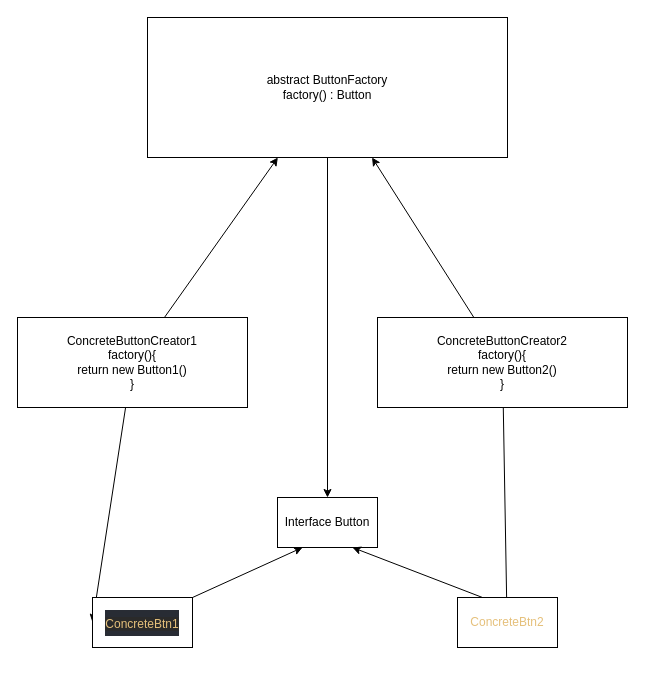
danil-jpg/MyPatterns keeps this draw.io diagram as factoryMethod/FactoryMethod.drawio. Above is the earlier version. Source tidied: cells renumbered, new cells numbered last; positions are measured from the earlier drawing's top-left corner, leaving out a move shared by most shapes. Both pictures are drawn from the tidied source at 100%, with x=0, y=0 at pixel (17, 17).
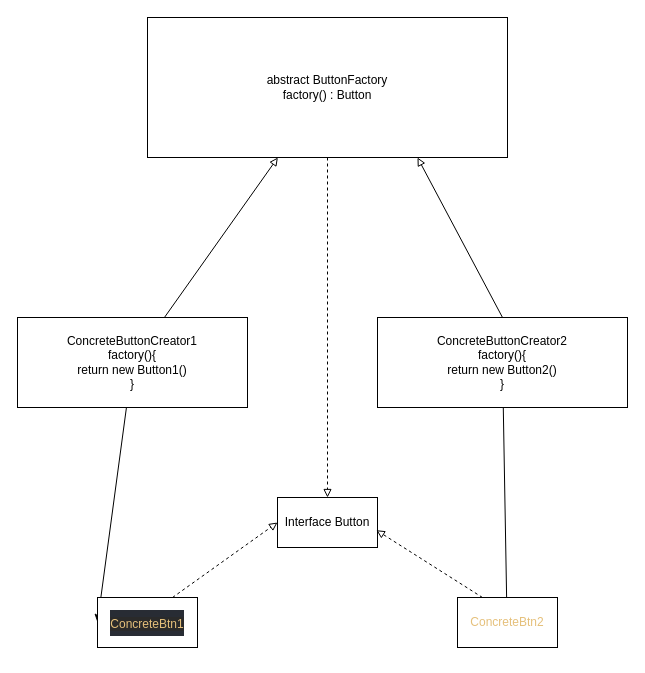
The same page after the edit.

Diff of the diagram source:
```diff
@@
 <mxGraphModel>
   <root>
     <mxCell id="0" />
     <mxCell id="1" parent="0" />
-    <mxCell id="2" style="edgeStyle=none;html=1;" parent="1" edge="1" source="3" target="10">
-      <mxGeometry relative="1" as="geometry" />
-    </mxCell>
     <mxCell id="3" value="abstract ButtonFactory&lt;br&gt;factory() : Button&lt;br&gt;" style="rounded=0;whiteSpace=wrap;html=1;" parent="1" vertex="1">
       <mxGeometry x="130" width="360" height="140" as="geometry" />
     </mxCell>
-    <mxCell id="4" style="edgeStyle=none;html=1;" parent="1" edge="1" source="6" target="3">
+    <mxCell id="4" style="edgeStyle=none;html=1;endArrow=block;endFill=0;" parent="1" edge="1" source="6" target="3">
       <mxGeometry relative="1" as="geometry" />
     </mxCell>
     <mxCell id="5" style="edgeStyle=none;html=1;entryX=0;entryY=0.5;entryDx=0;entryDy=0;" parent="1" edge="1" source="6" target="14">
       <mxGeometry relative="1" as="geometry" />
     </mxCell>
     <mxCell id="6" value="ConcreteButtonCreator1&lt;br&gt;factory(){&lt;br&gt;return new Button1()&lt;br&gt;}" style="rounded=0;whiteSpace=wrap;html=1;" parent="1" vertex="1">
       <mxGeometry y="300" width="230" height="90" as="geometry" />
     </mxCell>
-    <mxCell id="7" style="edgeStyle=none;html=1;" parent="1" edge="1" source="9" target="3">
-      <mxGeometry relative="1" as="geometry" />
-    </mxCell>
     <mxCell id="8" style="edgeStyle=none;html=1;entryX=0.5;entryY=1;entryDx=0;entryDy=0;" parent="1" edge="1" source="9" target="12">
       <mxGeometry relative="1" as="geometry" />
     </mxCell>
     <mxCell id="9" value="ConcreteButtonCreator2&lt;br&gt;factory(){&lt;br&gt;return new Button2()&lt;br&gt;}" style="rounded=0;whiteSpace=wrap;html=1;" parent="1" vertex="1">
       <mxGeometry x="360" y="300" width="250" height="90" as="geometry" />
     </mxCell>
     <mxCell id="10" value="Interface Button" style="rounded=0;whiteSpace=wrap;html=1;" parent="1" vertex="1">
       <mxGeometry x="260" y="480" width="100" height="50" as="geometry" />
     </mxCell>
-    <mxCell id="11" style="edgeStyle=none;html=1;exitX=0.25;exitY=0;exitDx=0;exitDy=0;entryX=0.75;entryY=1;entryDx=0;entryDy=0;" parent="1" edge="1" source="12" target="10">
+    <mxCell id="11" style="edgeStyle=none;html=1;exitX=0.25;exitY=0;exitDx=0;exitDy=0;entryX=0.989;entryY=0.654;entryDx=0;entryDy=0;endArrow=block;endFill=0;dashed=1;entryPerimeter=0;" parent="1" edge="1" source="12" target="10">
       <mxGeometry relative="1" as="geometry" />
     </mxCell>
     <mxCell id="12" value="&lt;font color=&quot;#e5c07b&quot;&gt;ConcreteBtn2&lt;/font&gt;" style="rounded=0;whiteSpace=wrap;html=1;" parent="1" vertex="1">
       <mxGeometry x="440" y="580" width="100" height="50" as="geometry" />
     </mxCell>
-    <mxCell id="13" style="edgeStyle=none;html=1;exitX=1;exitY=0;exitDx=0;exitDy=0;entryX=0.25;entryY=1;entryDx=0;entryDy=0;" parent="1" edge="1" source="14" target="10">
-      <mxGeometry relative="1" as="geometry" />
-    </mxCell>
     <mxCell id="14" value="&lt;div style=&quot;color: rgb(171 , 178 , 191) ; background-color: rgb(40 , 44 , 52) ; font-family: , &amp;#34;consolas&amp;#34; , &amp;#34;courier new&amp;#34; , monospace ; font-size: 18px ; line-height: 24px&quot;&gt;&lt;span style=&quot;color: rgb(229 , 192 , 123) ; font-size: 12px ; background-color: rgb(42 , 42 , 42)&quot;&gt;ConcreteBtn1&lt;/span&gt;&lt;br&gt;&lt;/div&gt;" style="rounded=0;whiteSpace=wrap;html=1;" parent="1" vertex="1">
-      <mxGeometry x="75" y="580" width="100" height="50" as="geometry" />
+      <mxGeometry x="80" y="580" width="100" height="50" as="geometry" />
     </mxCell>
+    <mxCell id="7" style="edgeStyle=none;html=1;endArrow=block;endFill=0;exitX=0.5;exitY=0;exitDx=0;exitDy=0;entryX=0.75;entryY=1;entryDx=0;entryDy=0;" parent="1" edge="1" source="9" target="3">
+      <mxGeometry relative="1" as="geometry" />
+    </mxCell>
+    <mxCell id="2" style="edgeStyle=none;html=1;entryX=0.5;entryY=0;entryDx=0;entryDy=0;endArrow=block;endFill=0;dashed=1;" parent="1" edge="1" source="3" target="10">
+      <mxGeometry relative="1" as="geometry" />
+    </mxCell>
+    <mxCell id="15" style="edgeStyle=none;html=1;exitX=0.75;exitY=0;exitDx=0;exitDy=0;entryX=0.75;entryY=1;entryDx=0;entryDy=0;endArrow=block;endFill=0;dashed=1;" parent="1" edge="1" source="14">
+      <mxGeometry relative="1" as="geometry">
+        <mxPoint x="260" y="505" as="targetPoint" />
+      </mxGeometry>
+    </mxCell>
   </root>
 </mxGraphModel>
```
